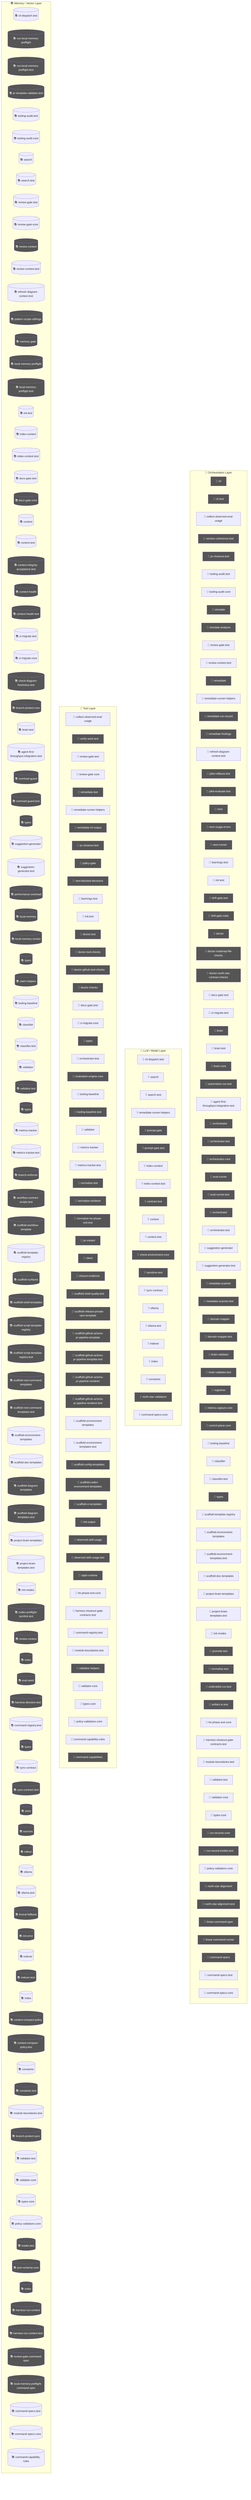
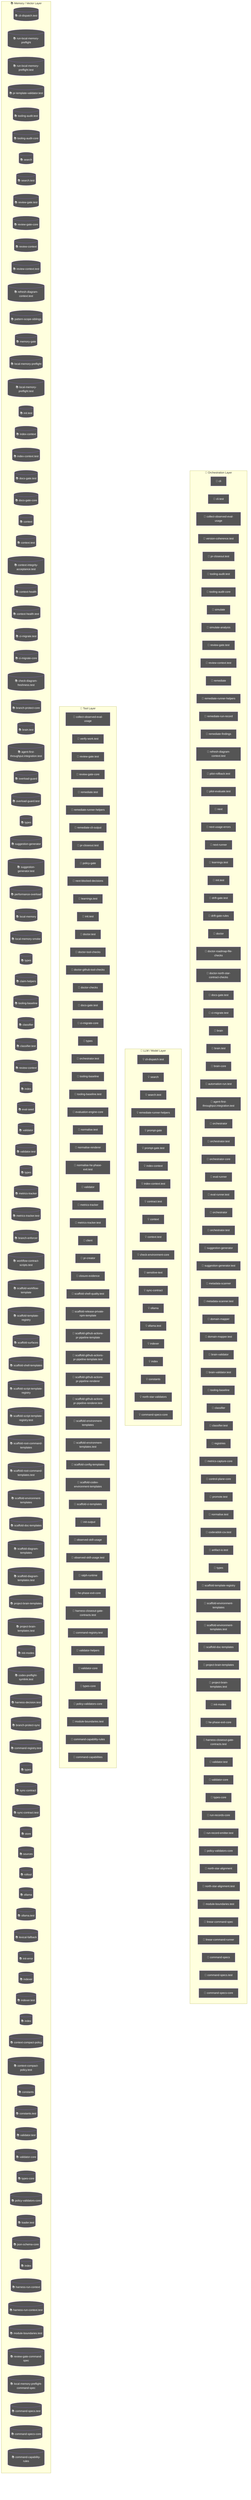
flowchart TD
  subgraph Orchestration["🎯 Orchestration Layer"]
    cli_99bb8840["🤖 cli"]
    cli_test_4851f28b["🤖 cli.test"]
    node_agent_mmd_orchestration_layer_orchestration_coll_37781291["🤖 collect-observed-eval-usage"]
    version_coherence_test_b81c6d8e["🤖 version-coherence.test"]
    pr_closeout_test_12a1ffdd["🤖 pr-closeout.test"]
    node_agent_mmd_orchestration_layer_orchestration_tool_5f9f8adf["🤖 tooling-audit.test"]
    node_agent_mmd_orchestration_layer_orchestration_tool_acfe0c01["🤖 tooling-audit-core"]
    simulate_b9efe395["🤖 simulate"]
    simulate_analysis_164a460c["🤖 simulate-analysis"]
    node_agent_mmd_orchestration_layer_orchestration_revi_ae9f100c["🤖 review-gate.test"]
    node_agent_mmd_orchestration_layer_orchestration_revi_84f25e5b["🤖 review-context.test"]
    remediate_06b9c7fc["🤖 remediate"]
    node_agent_mmd_orchestration_layer_orchestration_reme_359fe98f["🤖 remediate-runner-helpers"]
    remediate_run_record_9dfe5dc1["🤖 remediate-run-record"]
    remediate_findings_8b09c8c6["🤖 remediate-findings"]
    node_agent_mmd_orchestration_layer_orchestration_refr_10a87984["🤖 refresh-diagram-context.test"]
    pilot_rollback_test_e61d5a2b["🤖 pilot-rollback.test"]
    pilot_evaluate_test_a2ac06fc["🤖 pilot-evaluate.test"]
    next_c6c1c9a9["🤖 next"]
    next_usage_errors_837a345a["🤖 next-usage-errors"]
    next_runner_41643472["🤖 next-runner"]
    node_agent_mmd_orchestration_layer_orchestration_lear_5a2a5b08["🤖 learnings.test"]
    node_agent_mmd_orchestration_layer_orchestration_init_daf6ae1b["🤖 init.test"]
    drift_gate_test_816765e3["🤖 drift-gate.test"]
    drift_gate_rules_9685e72d["🤖 drift-gate-rules"]
    doctor_72f4be89["🤖 doctor"]
    doctor_roadmap_file_checks_14447b8e["🤖 doctor-roadmap-file-checks"]
    doctor_north_star_contract_checks_0048124c["🤖 doctor-north-star-contract-checks"]
    node_agent_mmd_orchestration_layer_orchestration_docs_22c7ae60["🤖 docs-gate.test"]
    node_agent_mmd_orchestration_layer_orchestration_ci_m_a6704d8b["🤖 ci-migrate.test"]
    brain_bbbf7a64["🤖 brain"]
    node_agent_mmd_orchestration_layer_orchestration_brai_9c019b6e["🤖 brain.test"]
    brain_core_aa07c380["🤖 brain-core"]
    automation_run_test_7b21d905["🤖 automation-run.test"]
    node_agent_mmd_orchestration_layer_orchestration_agen_eb715f44["🤖 agent-first-throughput.integration.test"]
    orchestrator_11376b7e["🤖 orchestrator"]
    orchestrator_test_18d2fe26["🤖 orchestrator.test"]
    orchestrator_core_d0678b53["🤖 orchestrator-core"]
    eval_runner_0966a6b3["🤖 eval-runner"]
    eval_runner_test_962c8c18["🤖 eval-runner.test"]
    orchestrator_1_6b7137c5["🤖 orchestrator"]
    node_agent_mmd_orchestration_layer_orchestration_orch_af4e7416["🤖 orchestrator.test"]
    node_agent_mmd_orchestration_layer_orchestration_sugg_85c5ebe3["🤖 suggestion-generator"]
    node_agent_mmd_orchestration_layer_orchestration_sugg_d0ad9d8e["🤖 suggestion-generator.test"]
    metadata_scanner_6a101b66["🤖 metadata-scanner"]
    metadata_scanner_test_faee743d["🤖 metadata-scanner.test"]
    domain_mapper_cd9333d2["🤖 domain-mapper"]
    domain_mapper_test_dc5a9896["🤖 domain-mapper.test"]
    brain_validator_be251832["🤖 brain-validator"]
    brain_validator_test_5e40cb72["🤖 brain-validator.test"]
+     node_agent_mmd_orchestration_layer_orchestration_tool_cc43149f["🤖 tooling-baseline"]
+     node_agent_mmd_orchestration_layer_orchestration_clas_899b821a["🤖 classifier"]
+     node_agent_mmd_orchestration_layer_orchestration_clas_402e0b3f["🤖 classifier.test"]
    registries_06402afa["🤖 registries"]
    metrics_capture_core_db4bf7cf["🤖 metrics-capture-core"]
    control_plane_core_db3b4cb2["🤖 control-plane-core"]
-     node_agent_mmd_orchestration_layer_orchestration_tool_cc43149f["🤖 tooling-baseline"]
-     node_agent_mmd_orchestration_layer_orchestration_clas_899b821a["🤖 classifier"]
-     node_agent_mmd_orchestration_layer_orchestration_clas_402e0b3f["🤖 classifier.test"]
-     types_15_86775c96["🤖 types"]
+     promote_test_5c615269["🤖 promote.test"]
+     normalise_test_1_6643dd83["🤖 normalise.test"]
+     coderabbit_csv_test_1f36d0a4["🤖 coderabbit-csv.test"]
+     artifact_io_test_aac02da3["🤖 artifact-io.test"]
+     types_16_0fae1112["🤖 types"]
    node_agent_mmd_orchestration_layer_orchestration_scaf_ff8f92f6["🤖 scaffold-template-registry"]
    node_agent_mmd_orchestration_layer_orchestration_scaf_c9a90c2f["🤖 scaffold-environment-templates"]
    node_agent_mmd_orchestration_layer_orchestration_scaf_78d57a93["🤖 scaffold-environment-templates.test"]
    node_agent_mmd_orchestration_layer_orchestration_scaf_12cc07db["🤖 scaffold-doc-templates"]
    node_agent_mmd_orchestration_layer_orchestration_proj_6ab6f60f["🤖 project-brain-templates"]
    node_agent_mmd_orchestration_layer_orchestration_proj_d78b2f4f["🤖 project-brain-templates.test"]
    node_agent_mmd_orchestration_layer_orchestration_init_2a9c3ecb["🤖 init-modes"]
-     promote_test_5c615269["🤖 promote.test"]
-     normalise_test_1_6643dd83["🤖 normalise.test"]
-     coderabbit_csv_test_1f36d0a4["🤖 coderabbit-csv.test"]
-     artifact_io_test_aac02da3["🤖 artifact-io.test"]
    node_agent_mmd_orchestration_layer_orchestration_he_p_fc778c24["🤖 he-phase-exit-core"]
    node_agent_mmd_orchestration_layer_orchestration_harn_7761fad1["🤖 harness-closeout-gate-contracts.test"]
-     node_agent_mmd_orchestration_layer_orchestration_modu_72373e29["🤖 module-boundaries.test"]
    node_agent_mmd_orchestration_layer_orchestration_vali_a3b17e45["🤖 validator.test"]
    node_agent_mmd_orchestration_layer_orchestration_vali_d9fe99e6["🤖 validator-core"]
    node_agent_mmd_orchestration_layer_orchestration_type_7cf81261["🤖 types-core"]
    run_records_core_89286dfa["🤖 run-records-core"]
    run_record_emitter_test_5475c0da["🤖 run-record-emitter.test"]
    node_agent_mmd_orchestration_layer_orchestration_poli_3270b55d["🤖 policy-validators-core"]
    north_star_alignment_00440188["🤖 north-star-alignment"]
    north_star_alignment_test_3ae1d69b["🤖 north-star-alignment.test"]
+     node_agent_mmd_orchestration_layer_orchestration_modu_72373e29["🤖 module-boundaries.test"]
    linear_command_spec_1e12dd44["🤖 linear-command-spec"]
    linear_command_runner_4a740dfc["🤖 linear-command-runner"]
    command_specs_69167c63["🤖 command-specs"]
    node_agent_mmd_orchestration_layer_orchestration_comm_a137ef0a["🤖 command-specs.test"]
    node_agent_mmd_orchestration_layer_orchestration_comm_1f8cc24c["🤖 command-specs-core"]
  end
  subgraph LLMLayer["🧠 LLM / Model Layer"]
    node_agent_mmd_llm_model_layer_llmlayer_cli_dispatch__7ecbc6e7["💡 cli-dispatch.test"]
    node_agent_mmd_llm_model_layer_llmlayer_search_search_66b9a911["💡 search"]
    node_agent_mmd_llm_model_layer_llmlayer_search_test_s_72d50705["💡 search.test"]
    node_agent_mmd_llm_model_layer_llmlayer_remediate_run_9e3d4585["💡 remediate-runner-helpers"]
    prompt_gate_c5e9d207["💡 prompt-gate"]
    prompt_gate_test_1a442b27["💡 prompt-gate.test"]
    node_agent_mmd_llm_model_layer_llmlayer_index_context_1041bd11["💡 index-context"]
    node_agent_mmd_llm_model_layer_llmlayer_index_context_7e927b45["💡 index-context.test"]
    contract_test_2262847f["💡 contract.test"]
    node_agent_mmd_llm_model_layer_llmlayer_context_conte_ad2dfbd9["💡 context"]
    node_agent_mmd_llm_model_layer_llmlayer_context_test__32277db3["💡 context.test"]
    check_environment_core_2c16213f["💡 check-environment-core"]
    sensitive_text_7c11f760["💡 sensitive-text"]
    node_agent_mmd_llm_model_layer_llmlayer_sync_contract_9f3cc8c1["💡 sync-contract"]
    node_agent_mmd_llm_model_layer_llmlayer_ollama_ollama_968b23fa["💡 ollama"]
    node_agent_mmd_llm_model_layer_llmlayer_ollama_test_o_d62a0b5a["💡 ollama.test"]
    node_agent_mmd_llm_model_layer_llmlayer_indexer_index_4f4deef5["💡 indexer"]
    node_agent_mmd_llm_model_layer_llmlayer_index_index_1_02e160ff["💡 index"]
    node_agent_mmd_llm_model_layer_llmlayer_constants_con_c9bd3f6c["💡 constants"]
    north_star_validators_cfc926ce["💡 north-star-validators"]
    node_agent_mmd_llm_model_layer_llmlayer_command_specs_782af9fa["💡 command-specs-core"]
  end
  subgraph ToolLayer["🔧 Tool Layer"]
    node_agent_mmd_tool_layer_toollayer_collect_observed__f30f627d["🔧 collect-observed-eval-usage"]
    verify_work_test_0e12f6c5["🔧 verify-work.test"]
    node_agent_mmd_tool_layer_toollayer_review_gate_test__548e6c28["🔧 review-gate.test"]
    node_agent_mmd_tool_layer_toollayer_review_gate_core__7704598b["🔧 review-gate-core"]
    remediate_test_6f59cafe["🔧 remediate.test"]
    node_agent_mmd_tool_layer_toollayer_remediate_runner__c003b871["🔧 remediate-runner-helpers"]
    remediate_cli_output_cc165396["🔧 remediate-cli-output"]
    pr_closeout_test_1_be1a0df1["🔧 pr-closeout.test"]
    policy_gate_213f7313["🔧 policy-gate"]
    next_blocked_decisions_4140ad2b["🔧 next-blocked-decisions"]
    node_agent_mmd_tool_layer_toollayer_learnings_test_le_d61f175f["🔧 learnings.test"]
    node_agent_mmd_tool_layer_toollayer_init_test_init_te_ae014ee3["🔧 init.test"]
    doctor_test_e032e8b5["🔧 doctor.test"]
    doctor_tool_checks_4acac51a["🔧 doctor-tool-checks"]
    doctor_github_tool_checks_a53b0382["🔧 doctor-github-tool-checks"]
    doctor_checks_5a2eb2b9["🔧 doctor-checks"]
    node_agent_mmd_tool_layer_toollayer_docs_gate_test_do_ca0c4c21["🔧 docs-gate.test"]
    node_agent_mmd_tool_layer_toollayer_ci_migrate_core_c_049f8460["🔧 ci-migrate-core"]
-     types_2_d9bc6e7a["🔧 types"]
+     types_1_4ecdf56e["🔧 types"]
    node_agent_mmd_tool_layer_toollayer_orchestrator_test_b563c528["🔧 orchestrator.test"]
-     evaluation_engine_core_e054fe49["🔧 evaluation-engine-core"]
    node_agent_mmd_tool_layer_toollayer_tooling_baseline__61e66e9f["🔧 tooling-baseline"]
    tooling_baseline_test_d272ddb6["🔧 tooling-baseline.test"]
+     evaluation_engine_core_e054fe49["🔧 evaluation-engine-core"]
+     normalise_test_73e8a615["🔧 normalise.test"]
+     normalise_renderer_85f2e563["🔧 normalise-renderer"]
+     normalise_he_phase_exit_test_1788efc4["🔧 normalise-he-phase-exit.test"]
    node_agent_mmd_tool_layer_toollayer_validator_validat_96a84a52["🔧 validator"]
    node_agent_mmd_tool_layer_toollayer_metrics_tracker_m_4c9237d8["🔧 metrics-tracker"]
    node_agent_mmd_tool_layer_toollayer_metrics_tracker_t_8947b778["🔧 metrics-tracker.test"]
-     normalise_test_73e8a615["🔧 normalise.test"]
-     normalise_renderer_85f2e563["🔧 normalise-renderer"]
-     normalise_he_phase_exit_test_1788efc4["🔧 normalise-he-phase-exit.test"]
+     client_1_914e1681["🔧 client"]
    pr_creator_dc6b1ea4["🔧 pr-creator"]
-     client_1_914e1681["🔧 client"]
    closure_evidence_aaa31467["🔧 closure-evidence"]
    scaffold_shell_quality_test_79567d03["🔧 scaffold-shell-quality.test"]
    scaffold_release_private_npm_template_075499f8["🔧 scaffold-release-private-npm-template"]
    scaffold_github_actions_pr_pipeline_template_e2b85f62["🔧 scaffold-github-actions-pr-pipeline-template"]
    scaffold_github_actions_pr_pipeline_template_test_be464a7b["🔧 scaffold-github-actions-pr-pipeline-template.test"]
    scaffold_github_actions_pr_pipeline_renderer_1ee18de5["🔧 scaffold-github-actions-pr-pipeline-renderer"]
    scaffold_github_actions_pr_pipeline_renderer_test_2cc38272["🔧 scaffold-github-actions-pr-pipeline-renderer.test"]
    node_agent_mmd_tool_layer_toollayer_scaffold_environm_c1afc013["🔧 scaffold-environment-templates"]
    node_agent_mmd_tool_layer_toollayer_scaffold_environm_1a8f8168["🔧 scaffold-environment-templates.test"]
    scaffold_config_templates_4b80ce53["🔧 scaffold-config-templates"]
    scaffold_codex_environment_templates_334fbbed["🔧 scaffold-codex-environment-templates"]
    scaffold_ci_templates_2afd6392["🔧 scaffold-ci-templates"]
    init_output_360dce91["🔧 init-output"]
    observed_skill_usage_ed7d5930["🔧 observed-skill-usage"]
    observed_skill_usage_test_311c215a["🔧 observed-skill-usage.test"]
    ralph_runtime_73d63c0e["🔧 ralph-runtime"]
    node_agent_mmd_tool_layer_toollayer_he_phase_exit_cor_af016160["🔧 he-phase-exit-core"]
    node_agent_mmd_tool_layer_toollayer_harness_closeout__df9d1dab["🔧 harness-closeout-gate-contracts.test"]
    node_agent_mmd_tool_layer_toollayer_command_registry__cce57abe["🔧 command-registry.test"]
-     node_agent_mmd_tool_layer_toollayer_module_boundaries_fecf90b5["🔧 module-boundaries.test"]
    validator_helpers_7b927667["🔧 validator-helpers"]
    node_agent_mmd_tool_layer_toollayer_validator_core_va_6ef6131f["🔧 validator-core"]
    node_agent_mmd_tool_layer_toollayer_types_core_types__6c8319b6["🔧 types-core"]
    node_agent_mmd_tool_layer_toollayer_policy_validators_af136abf["🔧 policy-validators-core"]
+     node_agent_mmd_tool_layer_toollayer_module_boundaries_fecf90b5["🔧 module-boundaries.test"]
    node_agent_mmd_tool_layer_toollayer_command_capabilit_e97a4615["🔧 command-capability-rules"]
    command_capabilities_a4d5c71e["🔧 command-capabilities"]
  end
  subgraph MemoryLayer["📚 Memory / Vector Layer"]
    node_agent_mmd_memory_vector_layer_memorylayer_cli_di_c121353b[("📚 cli-dispatch.test")]
    run_local_memory_preflight_36e92808[("📚 run-local-memory-preflight")]
    run_local_memory_preflight_test_1d7c5aa0[("📚 run-local-memory-preflight.test")]
    pr_template_validator_test_569b1cef[("📚 pr-template-validator.test")]
    node_agent_mmd_memory_vector_layer_memorylayer_toolin_48be0fc9[("📚 tooling-audit.test")]
    node_agent_mmd_memory_vector_layer_memorylayer_toolin_a1185b8f[("📚 tooling-audit-core")]
    node_agent_mmd_memory_vector_layer_memorylayer_search_ac35cb7e[("📚 search")]
    node_agent_mmd_memory_vector_layer_memorylayer_search_ebbe6c53[("📚 search.test")]
    node_agent_mmd_memory_vector_layer_memorylayer_review_e0e0b257[("📚 review-gate.test")]
    node_agent_mmd_memory_vector_layer_memorylayer_review_5bee9816[("📚 review-gate-core")]
    review_context_ca6cf81d[("📚 review-context")]
    node_agent_mmd_memory_vector_layer_memorylayer_review_3255d3cf[("📚 review-context.test")]
    node_agent_mmd_memory_vector_layer_memorylayer_refres_b1a0f415[("📚 refresh-diagram-context.test")]
    pattern_scope_siblings_43abe000[("📚 pattern-scope-siblings")]
    memory_gate_a577a506[("📚 memory-gate")]
    local_memory_preflight_dcc36c42[("📚 local-memory-preflight")]
    local_memory_preflight_test_5e323bbf[("📚 local-memory-preflight.test")]
    node_agent_mmd_memory_vector_layer_memorylayer_init_t_bac0fb9d[("📚 init.test")]
    node_agent_mmd_memory_vector_layer_memorylayer_index__6f3402d0[("📚 index-context")]
    node_agent_mmd_memory_vector_layer_memorylayer_index__46fc46d7[("📚 index-context.test")]
    node_agent_mmd_memory_vector_layer_memorylayer_docs_g_2ab7a620[("📚 docs-gate.test")]
    docs_gate_core_eb9b6c18[("📚 docs-gate-core")]
    node_agent_mmd_memory_vector_layer_memorylayer_contex_78ceaaa9[("📚 context")]
    node_agent_mmd_memory_vector_layer_memorylayer_contex_4e7cab00[("📚 context.test")]
    context_integrity_acceptance_test_59f961b1[("📚 context-integrity-acceptance.test")]
    context_health_80bb7da9[("📚 context-health")]
    context_health_test_3b5b87f3[("📚 context-health.test")]
    node_agent_mmd_memory_vector_layer_memorylayer_ci_mig_df76706f[("📚 ci-migrate.test")]
    node_agent_mmd_memory_vector_layer_memorylayer_ci_mig_0cd5b1a4[("📚 ci-migrate-core")]
    check_diagram_freshness_test_c1dc40aa[("📚 check-diagram-freshness.test")]
    branch_protect_core_a8feb0fd[("📚 branch-protect-core")]
    node_agent_mmd_memory_vector_layer_memorylayer_brain__80b5ea48[("📚 brain.test")]
    node_agent_mmd_memory_vector_layer_memorylayer_agent__6f084ab8[("📚 agent-first-throughput.integration.test")]
    overload_guard_2748c559[("📚 overload-guard")]
    overload_guard_test_6ece9f86[("📚 overload-guard.test")]
    types_4_822d0f88[("📚 types")]
    node_agent_mmd_memory_vector_layer_memorylayer_sugges_267f408d[("📚 suggestion-generator")]
    node_agent_mmd_memory_vector_layer_memorylayer_sugges_b043d150[("📚 suggestion-generator.test")]
    performance_overload_c685bfcf[("📚 performance-overload")]
    local_memory_0db17ecc[("📚 local-memory")]
    local_memory_smoke_1175abfc[("📚 local-memory-smoke")]
-     types_10_75e5a4a0[("📚 types")]
+     types_9_1db4641f[("📚 types")]
    claim_helpers_20dc8387[("📚 claim-helpers")]
    node_agent_mmd_memory_vector_layer_memorylayer_toolin_14f86b00[("📚 tooling-baseline")]
    node_agent_mmd_memory_vector_layer_memorylayer_classi_1ebbf5ff[("📚 classifier")]
    node_agent_mmd_memory_vector_layer_memorylayer_classi_58e617e7[("📚 classifier.test")]
+     review_context_1_e3afed15[("📚 review-context")]
+     index_2_10143590[("📚 index")]
+     eval_seed_5699fd3e[("📚 eval-seed")]
    node_agent_mmd_memory_vector_layer_memorylayer_valida_1b167f63[("📚 validator")]
    validator_test_1_c5015ca0[("📚 validator.test")]
-     types_11_4be3ee64[("📚 types")]
+     types_13_d025517b[("📚 types")]
    node_agent_mmd_memory_vector_layer_memorylayer_metric_12562178[("📚 metrics-tracker")]
    node_agent_mmd_memory_vector_layer_memorylayer_metric_74129788[("📚 metrics-tracker.test")]
    branch_enforcer_acb749cd[("📚 branch-enforcer")]
    workflow_contract_scripts_test_681e2e3c[("📚 workflow-contract-scripts.test")]
    scaffold_workflow_template_92310587[("📚 scaffold-workflow-template")]
    node_agent_mmd_memory_vector_layer_memorylayer_scaffo_a86eece1[("📚 scaffold-template-registry")]
    scaffold_surfaces_12d6494e[("📚 scaffold-surfaces")]
    scaffold_shell_templates_0ad0f915[("📚 scaffold-shell-templates")]
    scaffold_script_template_registry_69312d4e[("📚 scaffold-script-template-registry")]
    scaffold_script_template_registry_test_6a8ebefe[("📚 scaffold-script-template-registry.test")]
    scaffold_root_command_templates_404fed7f[("📚 scaffold-root-command-templates")]
    scaffold_root_command_templates_test_14596939[("📚 scaffold-root-command-templates.test")]
    node_agent_mmd_memory_vector_layer_memorylayer_scaffo_12b42341[("📚 scaffold-environment-templates")]
    node_agent_mmd_memory_vector_layer_memorylayer_scaffo_5fd73b94[("📚 scaffold-doc-templates")]
    scaffold_diagram_templates_dd88e83c[("📚 scaffold-diagram-templates")]
    scaffold_diagram_templates_test_f3774c28[("📚 scaffold-diagram-templates.test")]
    node_agent_mmd_memory_vector_layer_memorylayer_projec_3ae304d9[("📚 project-brain-templates")]
    node_agent_mmd_memory_vector_layer_memorylayer_projec_6048335b[("📚 project-brain-templates.test")]
    node_agent_mmd_memory_vector_layer_memorylayer_init_m_333d02c5[("📚 init-modes")]
    codex_preflight_symlink_test_037558db[("📚 codex-preflight-symlink.test")]
-     review_context_1_e3afed15[("📚 review-context")]
-     index_4_013aa0e3[("📚 index")]
-     eval_seed_5699fd3e[("📚 eval-seed")]
    harness_decision_test_7e5a4fe5[("📚 harness-decision.test")]
+     branch_protect_sync_570adb18[("📚 branch-protect-sync")]
    node_agent_mmd_memory_vector_layer_memorylayer_comman_362247bb[("📚 command-registry.test")]
    types_18_37582e2a[("📚 types")]
    node_agent_mmd_memory_vector_layer_memorylayer_sync_c_e43418bc[("📚 sync-contract")]
    sync_contract_test_5dc3165c[("📚 sync-contract.test")]
    store_824d80d7[("📚 store")]
    sources_1_e133d97d[("📚 sources")]
    rollout_a4fa034c[("📚 rollout")]
    node_agent_mmd_memory_vector_layer_memorylayer_ollama_6d51be16[("📚 ollama")]
    node_agent_mmd_memory_vector_layer_memorylayer_ollama_d800c0c4[("📚 ollama.test")]
    lexical_fallback_723e2b3e[("📚 lexical-fallback")]
    init_error_5c7dd49f[("📚 init-error")]
    node_agent_mmd_memory_vector_layer_memorylayer_indexe_93e6d86f[("📚 indexer")]
    indexer_test_d492f0aa[("📚 indexer.test")]
    node_agent_mmd_memory_vector_layer_memorylayer_index__752bc61e[("📚 index")]
    context_compact_policy_3dcaf95d[("📚 context-compact-policy")]
    context_compact_policy_test_da148267[("📚 context-compact-policy.test")]
    node_agent_mmd_memory_vector_layer_memorylayer_consta_702d3f46[("📚 constants")]
    constants_test_5492ae98[("📚 constants.test")]
-     node_agent_mmd_memory_vector_layer_memorylayer_module_9bfd18b1[("📚 module-boundaries.test")]
-     branch_protect_sync_570adb18[("📚 branch-protect-sync")]
    node_agent_mmd_memory_vector_layer_memorylayer_valida_caacfcdf[("📚 validator.test")]
    node_agent_mmd_memory_vector_layer_memorylayer_valida_41034356[("📚 validator-core")]
    node_agent_mmd_memory_vector_layer_memorylayer_types__83f369fa[("📚 types-core")]
    node_agent_mmd_memory_vector_layer_memorylayer_policy_1944de42[("📚 policy-validators-core")]
    loader_test_03424671[("📚 loader.test")]
    json_schema_core_96d7e328[("📚 json-schema-core")]
    index_6_fc9e91e2[("📚 index")]
    harness_run_context_ac7c77a9[("📚 harness-run-context")]
    harness_run_context_test_c6937fed[("📚 harness-run-context.test")]
+     node_agent_mmd_memory_vector_layer_memorylayer_module_9bfd18b1[("📚 module-boundaries.test")]
    review_gate_command_spec_3187376a[("📚 review-gate-command-spec")]
    local_memory_preflight_command_spec_9e23f3ce[("📚 local-memory-preflight-command-spec")]
    node_agent_mmd_memory_vector_layer_memorylayer_comman_d36d1650[("📚 command-specs.test")]
    node_agent_mmd_memory_vector_layer_memorylayer_comman_111eb454[("📚 command-specs-core")]
    node_agent_mmd_memory_vector_layer_memorylayer_comman_c72a5d05[("📚 command-capability-rules")]
  end
  classDef agentNode fill:#555,color:#fff
-   class cli_99bb8840,cli_test_4851f28b,collect_observed_eval_usage_1724425c,version_coherence_test_b81c6d8e,pr_closeout_test_12a1ffdd,tooling_audit_test_d2aee28c,tooling_audit_core_328d6a41,simulate_b9efe395,simulate_analysis_164a460c,review_gate_test_000e2ed6,review_context_test_89806d6c,remediate_06b9c7fc,remediate_runner_helpers_929fedcc,remediate_run_record_9dfe5dc1,remediate_findings_8b09c8c6,refresh_diagram_context_test_03bf21c4,pilot_rollback_test_e61d5a2b,pilot_evaluate_test_a2ac06fc,next_c6c1c9a9,next_usage_errors_837a345a,next_runner_41643472,learnings_test_e45e0253,init_test_cbba76a6,drift_gate_test_816765e3,drift_gate_rules_9685e72d,doctor_72f4be89,doctor_roadmap_file_checks_14447b8e,doctor_north_star_contract_checks_0048124c,docs_gate_test_a25e972f,ci_migrate_test_2a015bb9,brain_bbbf7a64,brain_test_428d4d67,brain_core_aa07c380,automation_run_test_7b21d905,agent_first_throughput_integration_test_dc677cc4,orchestrator_11376b7e,orchestrator_test_18d2fe26,orchestrator_core_d0678b53,eval_runner_0966a6b3,eval_runner_test_962c8c18,orchestrator_1_6b7137c5,orchestrator_test_1_c291cde7,suggestion_generator_0956f794,suggestion_generator_test_f68e9892,metadata_scanner_6a101b66,metadata_scanner_test_faee743d,domain_mapper_cd9333d2,domain_mapper_test_dc5a9896,brain_validator_be251832,brain_validator_test_5e40cb72,registries_06402afa,metrics_capture_core_db4bf7cf,control_plane_core_db3b4cb2,tooling_baseline_50ab2eeb,classifier_fe1991a9,classifier_test_3859cceb,types_15_86775c96,scaffold_template_registry_b1cce2aa,scaffold_environment_templates_c1ceba6a,scaffold_environment_templates_test_b31b6a0c,scaffold_doc_templates_f6152330,project_brain_templates_7ef51530,project_brain_templates_test_0b6509f2,init_modes_c05ceb07,promote_test_5c615269,normalise_test_1_6643dd83,coderabbit_csv_test_1f36d0a4,artifact_io_test_aac02da3,he_phase_exit_core_1148895b,harness_closeout_gate_contracts_test_db1c74a7,module_boundaries_test_c0caf46b,validator_test_5_2bb3219d,validator_core_1_1518647e,types_core_1_8bd0f8fd,run_records_core_89286dfa,run_record_emitter_test_5475c0da,policy_validators_core_714a3fe7,north_star_alignment_00440188,north_star_alignment_test_3ae1d69b,linear_command_spec_1e12dd44,linear_command_runner_4a740dfc,command_specs_69167c63,command_specs_test_7f693e85,command_specs_core_1c0ffc99 agentNode
+   class cli_99bb8840,cli_test_4851f28b,node_agent_mmd_orchestration_layer_orchestration_coll_37781291,node_agent_mmd_tool_layer_toollayer_collect_observed__f30f627d,version_coherence_test_b81c6d8e,pr_closeout_test_12a1ffdd,node_agent_mmd_orchestration_layer_orchestration_tool_5f9f8adf,node_agent_mmd_memory_vector_layer_memorylayer_toolin_48be0fc9,node_agent_mmd_orchestration_layer_orchestration_tool_acfe0c01,node_agent_mmd_memory_vector_layer_memorylayer_toolin_a1185b8f,simulate_b9efe395,simulate_analysis_164a460c,node_agent_mmd_orchestration_layer_orchestration_revi_ae9f100c,node_agent_mmd_tool_layer_toollayer_review_gate_test__548e6c28,node_agent_mmd_memory_vector_layer_memorylayer_review_e0e0b257,node_agent_mmd_orchestration_layer_orchestration_revi_84f25e5b,node_agent_mmd_memory_vector_layer_memorylayer_review_3255d3cf,remediate_06b9c7fc,node_agent_mmd_orchestration_layer_orchestration_reme_359fe98f,node_agent_mmd_llm_model_layer_llmlayer_remediate_run_9e3d4585,node_agent_mmd_tool_layer_toollayer_remediate_runner__c003b871,remediate_run_record_9dfe5dc1,remediate_findings_8b09c8c6,node_agent_mmd_orchestration_layer_orchestration_refr_10a87984,node_agent_mmd_memory_vector_layer_memorylayer_refres_b1a0f415,pilot_rollback_test_e61d5a2b,pilot_evaluate_test_a2ac06fc,next_c6c1c9a9,next_usage_errors_837a345a,next_runner_41643472,node_agent_mmd_orchestration_layer_orchestration_lear_5a2a5b08,node_agent_mmd_tool_layer_toollayer_learnings_test_le_d61f175f,node_agent_mmd_orchestration_layer_orchestration_init_daf6ae1b,node_agent_mmd_tool_layer_toollayer_init_test_init_te_ae014ee3,node_agent_mmd_memory_vector_layer_memorylayer_init_t_bac0fb9d,drift_gate_test_816765e3,drift_gate_rules_9685e72d,doctor_72f4be89,doctor_roadmap_file_checks_14447b8e,doctor_north_star_contract_checks_0048124c,node_agent_mmd_orchestration_layer_orchestration_docs_22c7ae60,node_agent_mmd_tool_layer_toollayer_docs_gate_test_do_ca0c4c21,node_agent_mmd_memory_vector_layer_memorylayer_docs_g_2ab7a620,node_agent_mmd_orchestration_layer_orchestration_ci_m_a6704d8b,node_agent_mmd_memory_vector_layer_memorylayer_ci_mig_df76706f,brain_bbbf7a64,node_agent_mmd_orchestration_layer_orchestration_brai_9c019b6e,node_agent_mmd_memory_vector_layer_memorylayer_brain__80b5ea48,brain_core_aa07c380,automation_run_test_7b21d905,node_agent_mmd_orchestration_layer_orchestration_agen_eb715f44,node_agent_mmd_memory_vector_layer_memorylayer_agent__6f084ab8,orchestrator_11376b7e,orchestrator_test_18d2fe26,orchestrator_core_d0678b53,eval_runner_0966a6b3,eval_runner_test_962c8c18,orchestrator_1_6b7137c5,node_agent_mmd_orchestration_layer_orchestration_orch_af4e7416,node_agent_mmd_tool_layer_toollayer_orchestrator_test_b563c528,node_agent_mmd_orchestration_layer_orchestration_sugg_85c5ebe3,node_agent_mmd_memory_vector_layer_memorylayer_sugges_267f408d,node_agent_mmd_orchestration_layer_orchestration_sugg_d0ad9d8e,node_agent_mmd_memory_vector_layer_memorylayer_sugges_b043d150,metadata_scanner_6a101b66,metadata_scanner_test_faee743d,domain_mapper_cd9333d2,domain_mapper_test_dc5a9896,brain_validator_be251832,brain_validator_test_5e40cb72,node_agent_mmd_orchestration_layer_orchestration_tool_cc43149f,node_agent_mmd_tool_layer_toollayer_tooling_baseline__61e66e9f,node_agent_mmd_memory_vector_layer_memorylayer_toolin_14f86b00,node_agent_mmd_orchestration_layer_orchestration_clas_899b821a,node_agent_mmd_memory_vector_layer_memorylayer_classi_1ebbf5ff,node_agent_mmd_orchestration_layer_orchestration_clas_402e0b3f,node_agent_mmd_memory_vector_layer_memorylayer_classi_58e617e7,registries_06402afa,metrics_capture_core_db4bf7cf,control_plane_core_db3b4cb2,promote_test_5c615269,normalise_test_1_6643dd83,coderabbit_csv_test_1f36d0a4,artifact_io_test_aac02da3,types_16_0fae1112,node_agent_mmd_orchestration_layer_orchestration_scaf_ff8f92f6,node_agent_mmd_memory_vector_layer_memorylayer_scaffo_a86eece1,node_agent_mmd_orchestration_layer_orchestration_scaf_c9a90c2f,node_agent_mmd_tool_layer_toollayer_scaffold_environm_c1afc013,node_agent_mmd_memory_vector_layer_memorylayer_scaffo_12b42341,node_agent_mmd_orchestration_layer_orchestration_scaf_78d57a93,node_agent_mmd_tool_layer_toollayer_scaffold_environm_1a8f8168,node_agent_mmd_orchestration_layer_orchestration_scaf_12cc07db,node_agent_mmd_memory_vector_layer_memorylayer_scaffo_5fd73b94,node_agent_mmd_orchestration_layer_orchestration_proj_6ab6f60f,node_agent_mmd_memory_vector_layer_memorylayer_projec_3ae304d9,node_agent_mmd_orchestration_layer_orchestration_proj_d78b2f4f,node_agent_mmd_memory_vector_layer_memorylayer_projec_6048335b,node_agent_mmd_orchestration_layer_orchestration_init_2a9c3ecb,node_agent_mmd_memory_vector_layer_memorylayer_init_m_333d02c5,node_agent_mmd_orchestration_layer_orchestration_he_p_fc778c24,node_agent_mmd_tool_layer_toollayer_he_phase_exit_cor_af016160,node_agent_mmd_orchestration_layer_orchestration_harn_7761fad1,node_agent_mmd_tool_layer_toollayer_harness_closeout__df9d1dab,node_agent_mmd_orchestration_layer_orchestration_vali_a3b17e45,node_agent_mmd_memory_vector_layer_memorylayer_valida_caacfcdf,node_agent_mmd_orchestration_layer_orchestration_vali_d9fe99e6,node_agent_mmd_tool_layer_toollayer_validator_core_va_6ef6131f,node_agent_mmd_memory_vector_layer_memorylayer_valida_41034356,node_agent_mmd_orchestration_layer_orchestration_type_7cf81261,node_agent_mmd_tool_layer_toollayer_types_core_types__6c8319b6,node_agent_mmd_memory_vector_layer_memorylayer_types__83f369fa,run_records_core_89286dfa,run_record_emitter_test_5475c0da,node_agent_mmd_orchestration_layer_orchestration_poli_3270b55d,node_agent_mmd_tool_layer_toollayer_policy_validators_af136abf,node_agent_mmd_memory_vector_layer_memorylayer_policy_1944de42,north_star_alignment_00440188,north_star_alignment_test_3ae1d69b,node_agent_mmd_orchestration_layer_orchestration_modu_72373e29,node_agent_mmd_tool_layer_toollayer_module_boundaries_fecf90b5,node_agent_mmd_memory_vector_layer_memorylayer_module_9bfd18b1,linear_command_spec_1e12dd44,linear_command_runner_4a740dfc,command_specs_69167c63,node_agent_mmd_orchestration_layer_orchestration_comm_a137ef0a,node_agent_mmd_memory_vector_layer_memorylayer_comman_d36d1650,node_agent_mmd_orchestration_layer_orchestration_comm_1f8cc24c,node_agent_mmd_llm_model_layer_llmlayer_command_specs_782af9fa,node_agent_mmd_memory_vector_layer_memorylayer_comman_111eb454 agentNode
  classDef llmNode fill:#555,color:#fff
-   class cli_dispatch_test_54c9f17b,search_24193290,search_test_0c66bc11,remediate_runner_helpers_929fedcc,prompt_gate_c5e9d207,prompt_gate_test_1a442b27,index_context_de3ed39d,index_context_test_1949ea6f,contract_test_2262847f,context_ea7792a2,context_test_57aad306,check_environment_core_2c16213f,sensitive_text_7c11f760,sync_contract_c79fa191,ollama_76e3c7bf,ollama_test_71f9750e,indexer_70fa78e5,index_5_522f772a,constants_7517017f,north_star_validators_cfc926ce,command_specs_core_1c0ffc99 llmNode
+   class node_agent_mmd_llm_model_layer_llmlayer_cli_dispatch__7ecbc6e7,node_agent_mmd_memory_vector_layer_memorylayer_cli_di_c121353b,node_agent_mmd_llm_model_layer_llmlayer_search_search_66b9a911,node_agent_mmd_memory_vector_layer_memorylayer_search_ac35cb7e,node_agent_mmd_llm_model_layer_llmlayer_search_test_s_72d50705,node_agent_mmd_memory_vector_layer_memorylayer_search_ebbe6c53,node_agent_mmd_orchestration_layer_orchestration_reme_359fe98f,node_agent_mmd_llm_model_layer_llmlayer_remediate_run_9e3d4585,node_agent_mmd_tool_layer_toollayer_remediate_runner__c003b871,prompt_gate_c5e9d207,prompt_gate_test_1a442b27,node_agent_mmd_llm_model_layer_llmlayer_index_context_1041bd11,node_agent_mmd_memory_vector_layer_memorylayer_index__6f3402d0,node_agent_mmd_llm_model_layer_llmlayer_index_context_7e927b45,node_agent_mmd_memory_vector_layer_memorylayer_index__46fc46d7,contract_test_2262847f,node_agent_mmd_llm_model_layer_llmlayer_context_conte_ad2dfbd9,node_agent_mmd_memory_vector_layer_memorylayer_contex_78ceaaa9,node_agent_mmd_llm_model_layer_llmlayer_context_test__32277db3,node_agent_mmd_memory_vector_layer_memorylayer_contex_4e7cab00,check_environment_core_2c16213f,sensitive_text_7c11f760,node_agent_mmd_llm_model_layer_llmlayer_sync_contract_9f3cc8c1,node_agent_mmd_memory_vector_layer_memorylayer_sync_c_e43418bc,node_agent_mmd_llm_model_layer_llmlayer_ollama_ollama_968b23fa,node_agent_mmd_memory_vector_layer_memorylayer_ollama_6d51be16,node_agent_mmd_llm_model_layer_llmlayer_ollama_test_o_d62a0b5a,node_agent_mmd_memory_vector_layer_memorylayer_ollama_d800c0c4,node_agent_mmd_llm_model_layer_llmlayer_indexer_index_4f4deef5,node_agent_mmd_memory_vector_layer_memorylayer_indexe_93e6d86f,node_agent_mmd_llm_model_layer_llmlayer_index_index_1_02e160ff,node_agent_mmd_memory_vector_layer_memorylayer_index__752bc61e,node_agent_mmd_llm_model_layer_llmlayer_constants_con_c9bd3f6c,node_agent_mmd_memory_vector_layer_memorylayer_consta_702d3f46,north_star_validators_cfc926ce,node_agent_mmd_orchestration_layer_orchestration_comm_1f8cc24c,node_agent_mmd_llm_model_layer_llmlayer_command_specs_782af9fa,node_agent_mmd_memory_vector_layer_memorylayer_comman_111eb454 llmNode
  classDef toolNode fill:#555,color:#fff
-   class collect_observed_eval_usage_1724425c,verify_work_test_0e12f6c5,review_gate_test_000e2ed6,review_gate_core_4c8001f9,remediate_test_6f59cafe,remediate_runner_helpers_929fedcc,remediate_cli_output_cc165396,pr_closeout_test_1_be1a0df1,policy_gate_213f7313,next_blocked_decisions_4140ad2b,learnings_test_e45e0253,init_test_cbba76a6,doctor_test_e032e8b5,doctor_tool_checks_4acac51a,doctor_github_tool_checks_a53b0382,doctor_checks_5a2eb2b9,docs_gate_test_a25e972f,ci_migrate_core_7005b5af,types_2_d9bc6e7a,orchestrator_test_1_c291cde7,evaluation_engine_core_e054fe49,tooling_baseline_50ab2eeb,tooling_baseline_test_d272ddb6,validator_1_0c0621d8,metrics_tracker_98cec29c,metrics_tracker_test_3de156fa,normalise_test_73e8a615,normalise_renderer_85f2e563,normalise_he_phase_exit_test_1788efc4,pr_creator_dc6b1ea4,client_1_914e1681,closure_evidence_aaa31467,scaffold_shell_quality_test_79567d03,scaffold_release_private_npm_template_075499f8,scaffold_github_actions_pr_pipeline_template_e2b85f62,scaffold_github_actions_pr_pipeline_template_test_be464a7b,scaffold_github_actions_pr_pipeline_renderer_1ee18de5,scaffold_github_actions_pr_pipeline_renderer_test_2cc38272,scaffold_environment_templates_c1ceba6a,scaffold_environment_templates_test_b31b6a0c,scaffold_config_templates_4b80ce53,scaffold_codex_environment_templates_334fbbed,scaffold_ci_templates_2afd6392,init_output_360dce91,observed_skill_usage_ed7d5930,observed_skill_usage_test_311c215a,ralph_runtime_73d63c0e,he_phase_exit_core_1148895b,harness_closeout_gate_contracts_test_db1c74a7,command_registry_test_0cf92cba,module_boundaries_test_c0caf46b,validator_helpers_7b927667,validator_core_1_1518647e,types_core_1_8bd0f8fd,policy_validators_core_714a3fe7,command_capability_rules_ca3f496a,command_capabilities_a4d5c71e toolNode
+   class node_agent_mmd_orchestration_layer_orchestration_coll_37781291,node_agent_mmd_tool_layer_toollayer_collect_observed__f30f627d,verify_work_test_0e12f6c5,node_agent_mmd_orchestration_layer_orchestration_revi_ae9f100c,node_agent_mmd_tool_layer_toollayer_review_gate_test__548e6c28,node_agent_mmd_memory_vector_layer_memorylayer_review_e0e0b257,node_agent_mmd_tool_layer_toollayer_review_gate_core__7704598b,node_agent_mmd_memory_vector_layer_memorylayer_review_5bee9816,remediate_test_6f59cafe,node_agent_mmd_orchestration_layer_orchestration_reme_359fe98f,node_agent_mmd_llm_model_layer_llmlayer_remediate_run_9e3d4585,node_agent_mmd_tool_layer_toollayer_remediate_runner__c003b871,remediate_cli_output_cc165396,pr_closeout_test_1_be1a0df1,policy_gate_213f7313,next_blocked_decisions_4140ad2b,node_agent_mmd_orchestration_layer_orchestration_lear_5a2a5b08,node_agent_mmd_tool_layer_toollayer_learnings_test_le_d61f175f,node_agent_mmd_orchestration_layer_orchestration_init_daf6ae1b,node_agent_mmd_tool_layer_toollayer_init_test_init_te_ae014ee3,node_agent_mmd_memory_vector_layer_memorylayer_init_t_bac0fb9d,doctor_test_e032e8b5,doctor_tool_checks_4acac51a,doctor_github_tool_checks_a53b0382,doctor_checks_5a2eb2b9,node_agent_mmd_orchestration_layer_orchestration_docs_22c7ae60,node_agent_mmd_tool_layer_toollayer_docs_gate_test_do_ca0c4c21,node_agent_mmd_memory_vector_layer_memorylayer_docs_g_2ab7a620,node_agent_mmd_tool_layer_toollayer_ci_migrate_core_c_049f8460,node_agent_mmd_memory_vector_layer_memorylayer_ci_mig_0cd5b1a4,types_1_4ecdf56e,node_agent_mmd_orchestration_layer_orchestration_orch_af4e7416,node_agent_mmd_tool_layer_toollayer_orchestrator_test_b563c528,node_agent_mmd_orchestration_layer_orchestration_tool_cc43149f,node_agent_mmd_tool_layer_toollayer_tooling_baseline__61e66e9f,node_agent_mmd_memory_vector_layer_memorylayer_toolin_14f86b00,tooling_baseline_test_d272ddb6,evaluation_engine_core_e054fe49,normalise_test_73e8a615,normalise_renderer_85f2e563,normalise_he_phase_exit_test_1788efc4,node_agent_mmd_tool_layer_toollayer_validator_validat_96a84a52,node_agent_mmd_memory_vector_layer_memorylayer_valida_1b167f63,node_agent_mmd_tool_layer_toollayer_metrics_tracker_m_4c9237d8,node_agent_mmd_memory_vector_layer_memorylayer_metric_12562178,node_agent_mmd_tool_layer_toollayer_metrics_tracker_t_8947b778,node_agent_mmd_memory_vector_layer_memorylayer_metric_74129788,client_1_914e1681,pr_creator_dc6b1ea4,closure_evidence_aaa31467,scaffold_shell_quality_test_79567d03,scaffold_release_private_npm_template_075499f8,scaffold_github_actions_pr_pipeline_template_e2b85f62,scaffold_github_actions_pr_pipeline_template_test_be464a7b,scaffold_github_actions_pr_pipeline_renderer_1ee18de5,scaffold_github_actions_pr_pipeline_renderer_test_2cc38272,node_agent_mmd_orchestration_layer_orchestration_scaf_c9a90c2f,node_agent_mmd_tool_layer_toollayer_scaffold_environm_c1afc013,node_agent_mmd_memory_vector_layer_memorylayer_scaffo_12b42341,node_agent_mmd_orchestration_layer_orchestration_scaf_78d57a93,node_agent_mmd_tool_layer_toollayer_scaffold_environm_1a8f8168,scaffold_config_templates_4b80ce53,scaffold_codex_environment_templates_334fbbed,scaffold_ci_templates_2afd6392,init_output_360dce91,observed_skill_usage_ed7d5930,observed_skill_usage_test_311c215a,ralph_runtime_73d63c0e,node_agent_mmd_orchestration_layer_orchestration_he_p_fc778c24,node_agent_mmd_tool_layer_toollayer_he_phase_exit_cor_af016160,node_agent_mmd_orchestration_layer_orchestration_harn_7761fad1,node_agent_mmd_tool_layer_toollayer_harness_closeout__df9d1dab,node_agent_mmd_tool_layer_toollayer_command_registry__cce57abe,node_agent_mmd_memory_vector_layer_memorylayer_comman_362247bb,validator_helpers_7b927667,node_agent_mmd_orchestration_layer_orchestration_vali_d9fe99e6,node_agent_mmd_tool_layer_toollayer_validator_core_va_6ef6131f,node_agent_mmd_memory_vector_layer_memorylayer_valida_41034356,node_agent_mmd_orchestration_layer_orchestration_type_7cf81261,node_agent_mmd_tool_layer_toollayer_types_core_types__6c8319b6,node_agent_mmd_memory_vector_layer_memorylayer_types__83f369fa,node_agent_mmd_orchestration_layer_orchestration_poli_3270b55d,node_agent_mmd_tool_layer_toollayer_policy_validators_af136abf,node_agent_mmd_memory_vector_layer_memorylayer_policy_1944de42,node_agent_mmd_orchestration_layer_orchestration_modu_72373e29,node_agent_mmd_tool_layer_toollayer_module_boundaries_fecf90b5,node_agent_mmd_memory_vector_layer_memorylayer_module_9bfd18b1,node_agent_mmd_tool_layer_toollayer_command_capabilit_e97a4615,node_agent_mmd_memory_vector_layer_memorylayer_comman_c72a5d05,command_capabilities_a4d5c71e toolNode
  classDef memNode fill:#555,color:#fff
-   class cli_dispatch_test_54c9f17b,run_local_memory_preflight_36e92808,run_local_memory_preflight_test_1d7c5aa0,pr_template_validator_test_569b1cef,tooling_audit_test_d2aee28c,tooling_audit_core_328d6a41,search_24193290,search_test_0c66bc11,review_gate_test_000e2ed6,review_gate_core_4c8001f9,review_context_ca6cf81d,review_context_test_89806d6c,refresh_diagram_context_test_03bf21c4,pattern_scope_siblings_43abe000,memory_gate_a577a506,local_memory_preflight_dcc36c42,local_memory_preflight_test_5e323bbf,init_test_cbba76a6,index_context_de3ed39d,index_context_test_1949ea6f,docs_gate_test_a25e972f,docs_gate_core_eb9b6c18,context_ea7792a2,context_test_57aad306,context_integrity_acceptance_test_59f961b1,context_health_80bb7da9,context_health_test_3b5b87f3,ci_migrate_test_2a015bb9,ci_migrate_core_7005b5af,check_diagram_freshness_test_c1dc40aa,branch_protect_core_a8feb0fd,brain_test_428d4d67,agent_first_throughput_integration_test_dc677cc4,overload_guard_2748c559,overload_guard_test_6ece9f86,types_4_822d0f88,suggestion_generator_0956f794,suggestion_generator_test_f68e9892,performance_overload_c685bfcf,local_memory_0db17ecc,local_memory_smoke_1175abfc,types_10_75e5a4a0,claim_helpers_20dc8387,tooling_baseline_50ab2eeb,classifier_fe1991a9,classifier_test_3859cceb,validator_1_0c0621d8,validator_test_1_c5015ca0,types_11_4be3ee64,metrics_tracker_98cec29c,metrics_tracker_test_3de156fa,branch_enforcer_acb749cd,workflow_contract_scripts_test_681e2e3c,scaffold_workflow_template_92310587,scaffold_template_registry_b1cce2aa,scaffold_surfaces_12d6494e,scaffold_shell_templates_0ad0f915,scaffold_script_template_registry_69312d4e,scaffold_script_template_registry_test_6a8ebefe,scaffold_root_command_templates_404fed7f,scaffold_root_command_templates_test_14596939,scaffold_environment_templates_c1ceba6a,scaffold_doc_templates_f6152330,scaffold_diagram_templates_dd88e83c,scaffold_diagram_templates_test_f3774c28,project_brain_templates_7ef51530,project_brain_templates_test_0b6509f2,init_modes_c05ceb07,codex_preflight_symlink_test_037558db,review_context_1_e3afed15,index_4_013aa0e3,eval_seed_5699fd3e,harness_decision_test_7e5a4fe5,command_registry_test_0cf92cba,types_18_37582e2a,sync_contract_c79fa191,sync_contract_test_5dc3165c,store_824d80d7,sources_1_e133d97d,rollout_a4fa034c,ollama_76e3c7bf,ollama_test_71f9750e,lexical_fallback_723e2b3e,init_error_5c7dd49f,indexer_70fa78e5,indexer_test_d492f0aa,index_5_522f772a,context_compact_policy_3dcaf95d,context_compact_policy_test_da148267,constants_7517017f,constants_test_5492ae98,module_boundaries_test_c0caf46b,branch_protect_sync_570adb18,validator_test_5_2bb3219d,validator_core_1_1518647e,types_core_1_8bd0f8fd,policy_validators_core_714a3fe7,loader_test_03424671,json_schema_core_96d7e328,index_6_fc9e91e2,harness_run_context_ac7c77a9,harness_run_context_test_c6937fed,review_gate_command_spec_3187376a,local_memory_preflight_command_spec_9e23f3ce,command_specs_test_7f693e85,command_specs_core_1c0ffc99,command_capability_rules_ca3f496a memNode
+   class node_agent_mmd_llm_model_layer_llmlayer_cli_dispatch__7ecbc6e7,node_agent_mmd_memory_vector_layer_memorylayer_cli_di_c121353b,run_local_memory_preflight_36e92808,run_local_memory_preflight_test_1d7c5aa0,pr_template_validator_test_569b1cef,node_agent_mmd_orchestration_layer_orchestration_tool_5f9f8adf,node_agent_mmd_memory_vector_layer_memorylayer_toolin_48be0fc9,node_agent_mmd_orchestration_layer_orchestration_tool_acfe0c01,node_agent_mmd_memory_vector_layer_memorylayer_toolin_a1185b8f,node_agent_mmd_llm_model_layer_llmlayer_search_search_66b9a911,node_agent_mmd_memory_vector_layer_memorylayer_search_ac35cb7e,node_agent_mmd_llm_model_layer_llmlayer_search_test_s_72d50705,node_agent_mmd_memory_vector_layer_memorylayer_search_ebbe6c53,node_agent_mmd_orchestration_layer_orchestration_revi_ae9f100c,node_agent_mmd_tool_layer_toollayer_review_gate_test__548e6c28,node_agent_mmd_memory_vector_layer_memorylayer_review_e0e0b257,node_agent_mmd_tool_layer_toollayer_review_gate_core__7704598b,node_agent_mmd_memory_vector_layer_memorylayer_review_5bee9816,review_context_ca6cf81d,node_agent_mmd_orchestration_layer_orchestration_revi_84f25e5b,node_agent_mmd_memory_vector_layer_memorylayer_review_3255d3cf,node_agent_mmd_orchestration_layer_orchestration_refr_10a87984,node_agent_mmd_memory_vector_layer_memorylayer_refres_b1a0f415,pattern_scope_siblings_43abe000,memory_gate_a577a506,local_memory_preflight_dcc36c42,local_memory_preflight_test_5e323bbf,node_agent_mmd_orchestration_layer_orchestration_init_daf6ae1b,node_agent_mmd_tool_layer_toollayer_init_test_init_te_ae014ee3,node_agent_mmd_memory_vector_layer_memorylayer_init_t_bac0fb9d,node_agent_mmd_llm_model_layer_llmlayer_index_context_1041bd11,node_agent_mmd_memory_vector_layer_memorylayer_index__6f3402d0,node_agent_mmd_llm_model_layer_llmlayer_index_context_7e927b45,node_agent_mmd_memory_vector_layer_memorylayer_index__46fc46d7,node_agent_mmd_orchestration_layer_orchestration_docs_22c7ae60,node_agent_mmd_tool_layer_toollayer_docs_gate_test_do_ca0c4c21,node_agent_mmd_memory_vector_layer_memorylayer_docs_g_2ab7a620,docs_gate_core_eb9b6c18,node_agent_mmd_llm_model_layer_llmlayer_context_conte_ad2dfbd9,node_agent_mmd_memory_vector_layer_memorylayer_contex_78ceaaa9,node_agent_mmd_llm_model_layer_llmlayer_context_test__32277db3,node_agent_mmd_memory_vector_layer_memorylayer_contex_4e7cab00,context_integrity_acceptance_test_59f961b1,context_health_80bb7da9,context_health_test_3b5b87f3,node_agent_mmd_orchestration_layer_orchestration_ci_m_a6704d8b,node_agent_mmd_memory_vector_layer_memorylayer_ci_mig_df76706f,node_agent_mmd_tool_layer_toollayer_ci_migrate_core_c_049f8460,node_agent_mmd_memory_vector_layer_memorylayer_ci_mig_0cd5b1a4,check_diagram_freshness_test_c1dc40aa,branch_protect_core_a8feb0fd,node_agent_mmd_orchestration_layer_orchestration_brai_9c019b6e,node_agent_mmd_memory_vector_layer_memorylayer_brain__80b5ea48,node_agent_mmd_orchestration_layer_orchestration_agen_eb715f44,node_agent_mmd_memory_vector_layer_memorylayer_agent__6f084ab8,overload_guard_2748c559,overload_guard_test_6ece9f86,types_4_822d0f88,node_agent_mmd_orchestration_layer_orchestration_sugg_85c5ebe3,node_agent_mmd_memory_vector_layer_memorylayer_sugges_267f408d,node_agent_mmd_orchestration_layer_orchestration_sugg_d0ad9d8e,node_agent_mmd_memory_vector_layer_memorylayer_sugges_b043d150,performance_overload_c685bfcf,local_memory_0db17ecc,local_memory_smoke_1175abfc,types_9_1db4641f,claim_helpers_20dc8387,node_agent_mmd_orchestration_layer_orchestration_tool_cc43149f,node_agent_mmd_tool_layer_toollayer_tooling_baseline__61e66e9f,node_agent_mmd_memory_vector_layer_memorylayer_toolin_14f86b00,node_agent_mmd_orchestration_layer_orchestration_clas_899b821a,node_agent_mmd_memory_vector_layer_memorylayer_classi_1ebbf5ff,node_agent_mmd_orchestration_layer_orchestration_clas_402e0b3f,node_agent_mmd_memory_vector_layer_memorylayer_classi_58e617e7,review_context_1_e3afed15,index_2_10143590,eval_seed_5699fd3e,node_agent_mmd_tool_layer_toollayer_validator_validat_96a84a52,node_agent_mmd_memory_vector_layer_memorylayer_valida_1b167f63,validator_test_1_c5015ca0,types_13_d025517b,node_agent_mmd_tool_layer_toollayer_metrics_tracker_m_4c9237d8,node_agent_mmd_memory_vector_layer_memorylayer_metric_12562178,node_agent_mmd_tool_layer_toollayer_metrics_tracker_t_8947b778,node_agent_mmd_memory_vector_layer_memorylayer_metric_74129788,branch_enforcer_acb749cd,workflow_contract_scripts_test_681e2e3c,scaffold_workflow_template_92310587,node_agent_mmd_orchestration_layer_orchestration_scaf_ff8f92f6,node_agent_mmd_memory_vector_layer_memorylayer_scaffo_a86eece1,scaffold_surfaces_12d6494e,scaffold_shell_templates_0ad0f915,scaffold_script_template_registry_69312d4e,scaffold_script_template_registry_test_6a8ebefe,scaffold_root_command_templates_404fed7f,scaffold_root_command_templates_test_14596939,node_agent_mmd_orchestration_layer_orchestration_scaf_c9a90c2f,node_agent_mmd_tool_layer_toollayer_scaffold_environm_c1afc013,node_agent_mmd_memory_vector_layer_memorylayer_scaffo_12b42341,node_agent_mmd_orchestration_layer_orchestration_scaf_12cc07db,node_agent_mmd_memory_vector_layer_memorylayer_scaffo_5fd73b94,scaffold_diagram_templates_dd88e83c,scaffold_diagram_templates_test_f3774c28,node_agent_mmd_orchestration_layer_orchestration_proj_6ab6f60f,node_agent_mmd_memory_vector_layer_memorylayer_projec_3ae304d9,node_agent_mmd_orchestration_layer_orchestration_proj_d78b2f4f,node_agent_mmd_memory_vector_layer_memorylayer_projec_6048335b,node_agent_mmd_orchestration_layer_orchestration_init_2a9c3ecb,node_agent_mmd_memory_vector_layer_memorylayer_init_m_333d02c5,codex_preflight_symlink_test_037558db,harness_decision_test_7e5a4fe5,branch_protect_sync_570adb18,node_agent_mmd_tool_layer_toollayer_command_registry__cce57abe,node_agent_mmd_memory_vector_layer_memorylayer_comman_362247bb,types_18_37582e2a,node_agent_mmd_llm_model_layer_llmlayer_sync_contract_9f3cc8c1,node_agent_mmd_memory_vector_layer_memorylayer_sync_c_e43418bc,sync_contract_test_5dc3165c,store_824d80d7,sources_1_e133d97d,rollout_a4fa034c,node_agent_mmd_llm_model_layer_llmlayer_ollama_ollama_968b23fa,node_agent_mmd_memory_vector_layer_memorylayer_ollama_6d51be16,node_agent_mmd_llm_model_layer_llmlayer_ollama_test_o_d62a0b5a,node_agent_mmd_memory_vector_layer_memorylayer_ollama_d800c0c4,lexical_fallback_723e2b3e,init_error_5c7dd49f,node_agent_mmd_llm_model_layer_llmlayer_indexer_index_4f4deef5,node_agent_mmd_memory_vector_layer_memorylayer_indexe_93e6d86f,indexer_test_d492f0aa,node_agent_mmd_llm_model_layer_llmlayer_index_index_1_02e160ff,node_agent_mmd_memory_vector_layer_memorylayer_index__752bc61e,context_compact_policy_3dcaf95d,context_compact_policy_test_da148267,node_agent_mmd_llm_model_layer_llmlayer_constants_con_c9bd3f6c,node_agent_mmd_memory_vector_layer_memorylayer_consta_702d3f46,constants_test_5492ae98,node_agent_mmd_orchestration_layer_orchestration_vali_a3b17e45,node_agent_mmd_memory_vector_layer_memorylayer_valida_caacfcdf,node_agent_mmd_orchestration_layer_orchestration_vali_d9fe99e6,node_agent_mmd_tool_layer_toollayer_validator_core_va_6ef6131f,node_agent_mmd_memory_vector_layer_memorylayer_valida_41034356,node_agent_mmd_orchestration_layer_orchestration_type_7cf81261,node_agent_mmd_tool_layer_toollayer_types_core_types__6c8319b6,node_agent_mmd_memory_vector_layer_memorylayer_types__83f369fa,node_agent_mmd_orchestration_layer_orchestration_poli_3270b55d,node_agent_mmd_tool_layer_toollayer_policy_validators_af136abf,node_agent_mmd_memory_vector_layer_memorylayer_policy_1944de42,loader_test_03424671,json_schema_core_96d7e328,index_6_fc9e91e2,harness_run_context_ac7c77a9,harness_run_context_test_c6937fed,node_agent_mmd_orchestration_layer_orchestration_modu_72373e29,node_agent_mmd_tool_layer_toollayer_module_boundaries_fecf90b5,node_agent_mmd_memory_vector_layer_memorylayer_module_9bfd18b1,review_gate_command_spec_3187376a,local_memory_preflight_command_spec_9e23f3ce,node_agent_mmd_orchestration_layer_orchestration_comm_a137ef0a,node_agent_mmd_memory_vector_layer_memorylayer_comman_d36d1650,node_agent_mmd_orchestration_layer_orchestration_comm_1f8cc24c,node_agent_mmd_llm_model_layer_llmlayer_command_specs_782af9fa,node_agent_mmd_memory_vector_layer_memorylayer_comman_111eb454,node_agent_mmd_tool_layer_toollayer_command_capabilit_e97a4615,node_agent_mmd_memory_vector_layer_memorylayer_comman_c72a5d05 memNode
